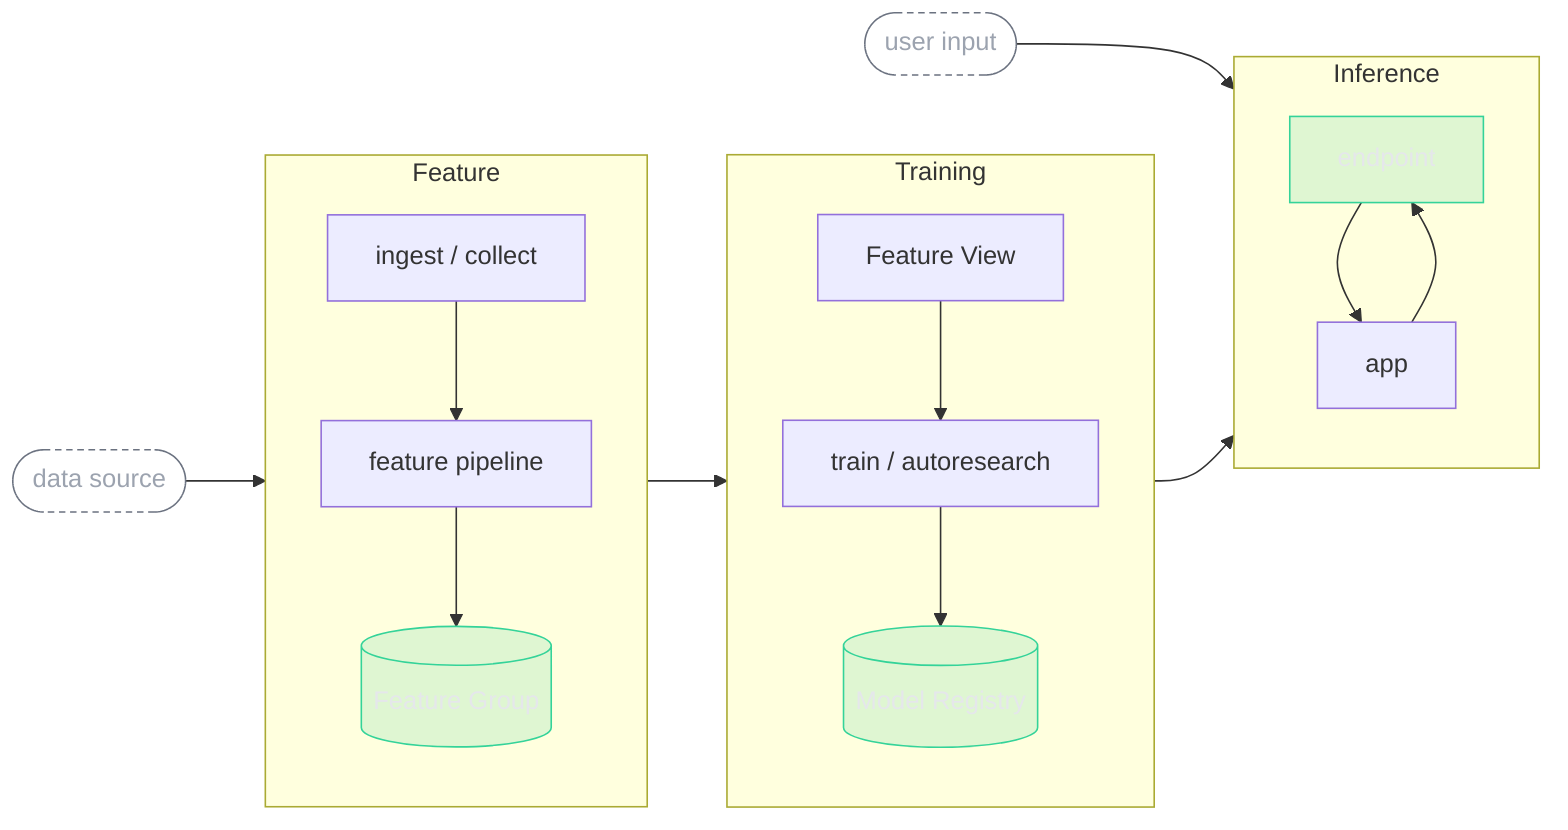
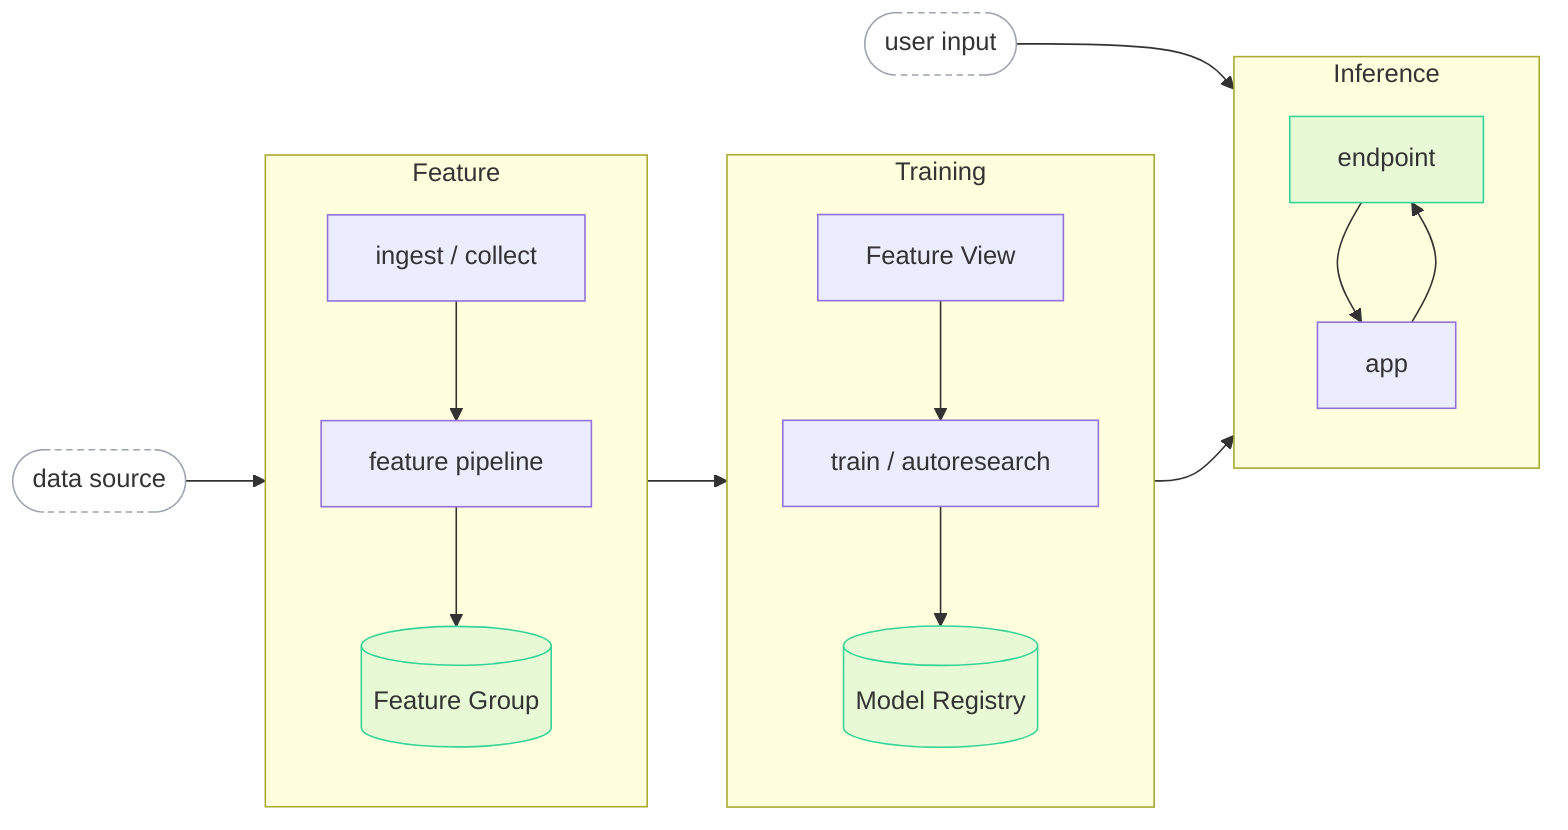
%% FTI skeleton for an awesome-ml-systems repo.
%% Paste into a ```mermaid block in the README. Rename nodes per system,
%% keep the shape: source -> Feature -> Training -> Inference.
flowchart LR
    src([data source]):::ext

    subgraph FE[Feature]
        direction TB
        ingest[ingest / collect] --> fp[feature pipeline] --> fg[(Feature Group)]:::hops
    end
    subgraph TR[Training]
        direction TB
        fv[Feature View] --> train[train / autoresearch] --> reg[(Model Registry)]:::hops
    end
    subgraph INF[Inference]
        direction TB
        ep[endpoint]:::hops --> app[app]
    end

    src --> ingest
    fg --> fv
    reg --> ep
    user([user input]):::ext --> app --> ep

-     classDef hops fill:#10b98122,stroke:#34d399,color:#e5e7eb;
-     classDef ext fill:none,stroke:#6b7280,color:#9ca3af,stroke-dasharray:4 3;
+     classDef hops fill:#10b98118,stroke:#34d399,stroke-width:1px;
+     classDef ext fill:none,stroke:#9ca3af,stroke-dasharray:4 3;
